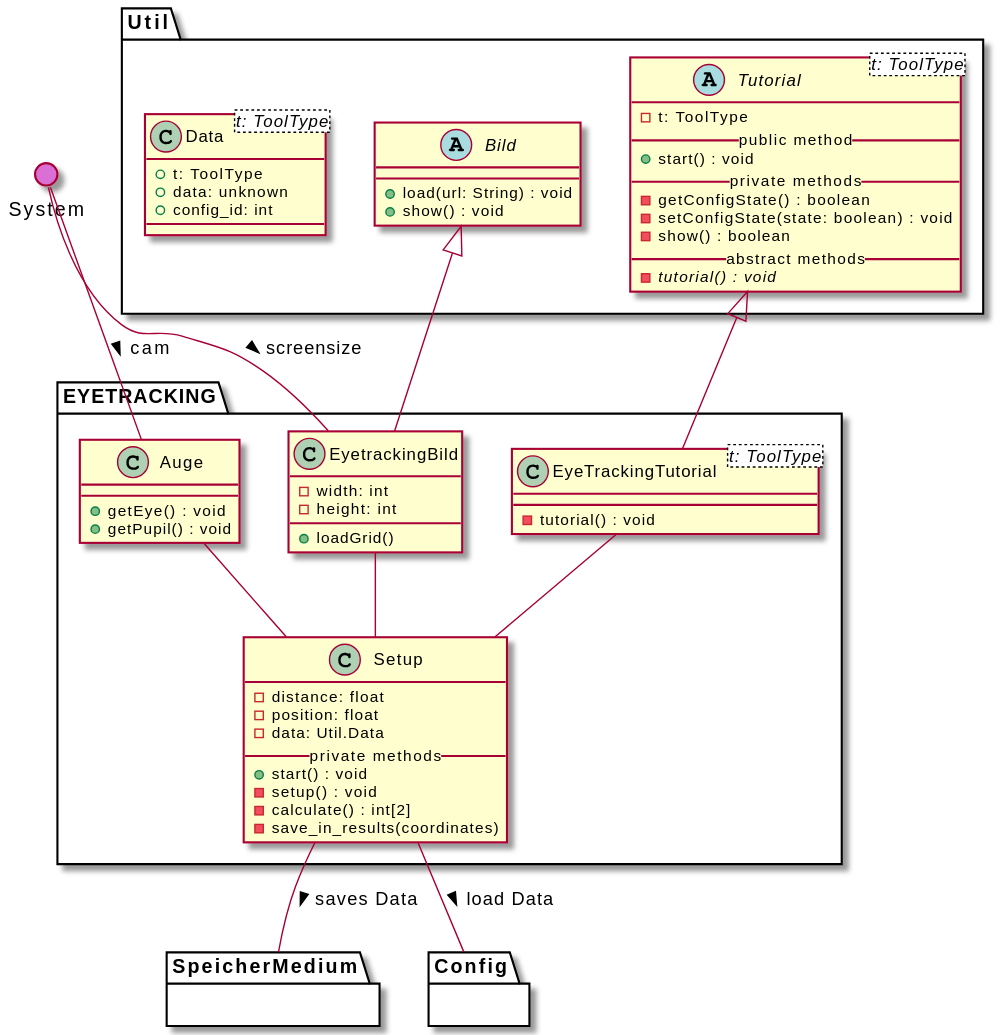
Above: meilenstein_03/uml-eyetracking/eyetracking.svg in weichware10/meilensteine (PlantUML), before the change.
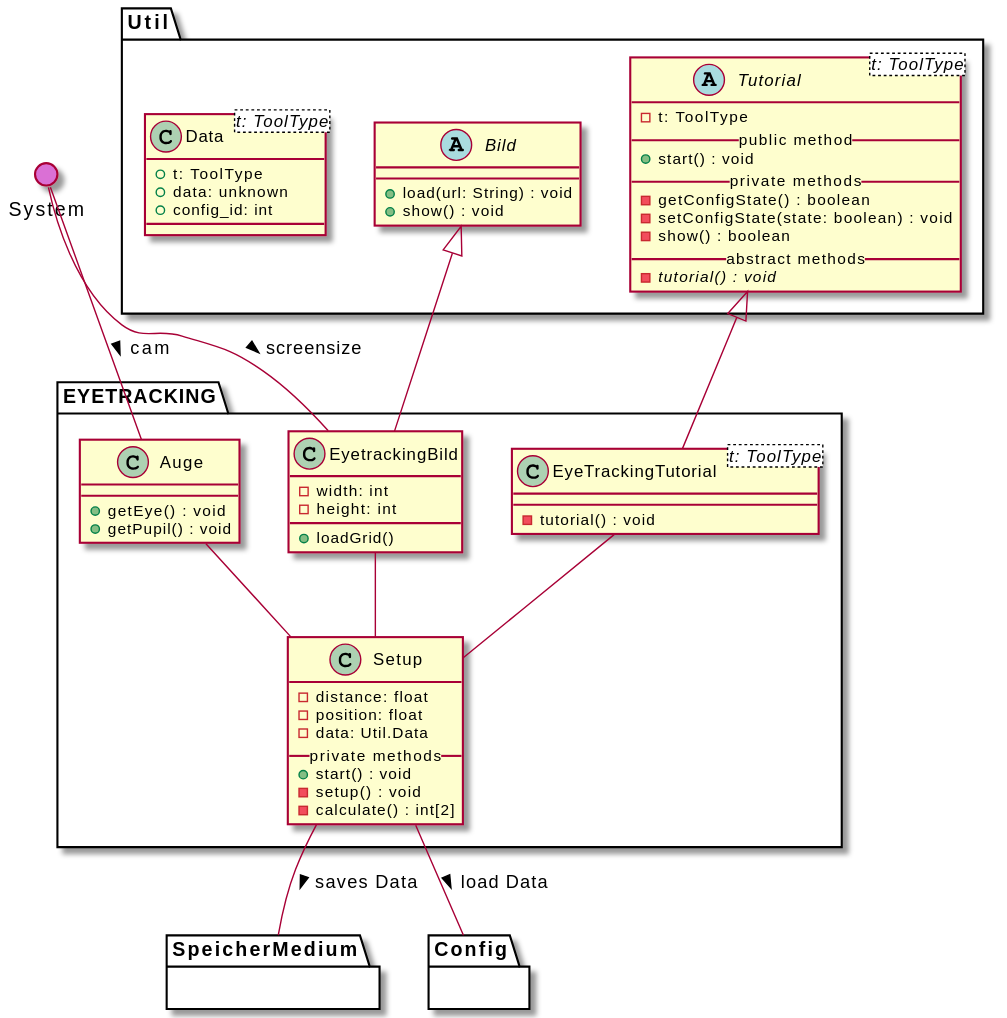
After the commit.

Commit message:
Render PlantUML SVGs

Diff of the diagram source:
```diff
@@ -56,7 +56,6 @@
         + start() : void
         - setup() : void
         - calculate() : int[2]
-        - save_in_results(coordinates)
     }
 
     Bild <|-- EyetrackingBild
```
